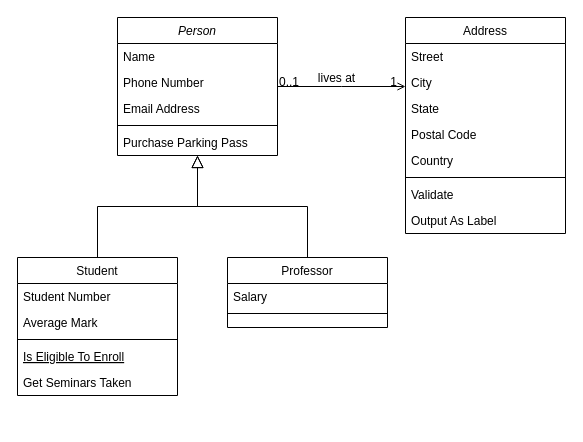
This is activitydiagram.drawio from Hearteu/Portfolio, a draw.io file, before an edit. Source tidied: cells renumbered, new cells numbered last; positions are measured from the earlier drawing's top-left corner, leaving out a move shared by most shapes. Both pictures are drawn from the tidied source at 100%, with x=0, y=0 at pixel (17, 17).
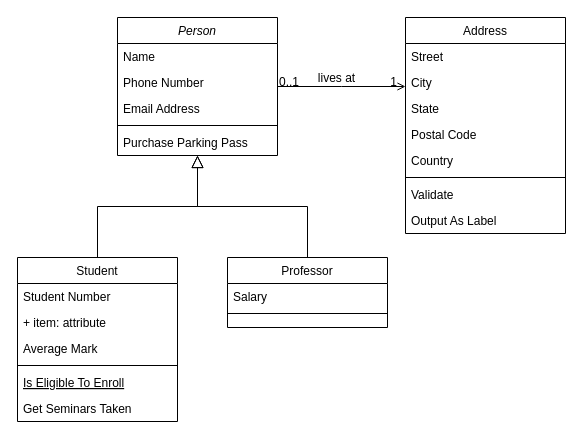
The same page after the edit.

Change to the diagram source:
```diff
@@
     <mxCell id="8" value="Student" style="swimlane;fontStyle=0;align=center;verticalAlign=top;horizontal=1;startSize=26;rounded=0;shadow=0;strokeWidth=1;" parent="1" vertex="1">
-      <mxGeometry y="240" width="160" height="138" as="geometry" />
+      <mxGeometry y="240" width="160" height="164" as="geometry" />
     </mxCell>
@@
+    <mxCell id="32" value="+ item: attribute" style="text;strokeColor=none;fillColor=none;align=left;verticalAlign=top;spacingLeft=4;spacingRight=4;overflow=hidden;" parent="8" vertex="1">
+      <mxGeometry y="52" width="160" height="26" as="geometry" />
+    </mxCell>
     <mxCell id="10" value="Average Mark" style="text;align=left;verticalAlign=top;spacingLeft=4;spacingRight=4;overflow=hidden;rounded=0;shadow=0;html=0;" parent="8" vertex="1">
-      <mxGeometry y="52" width="160" height="26" as="geometry" />
+      <mxGeometry y="78" width="160" height="26" as="geometry" />
     </mxCell>
     <mxCell id="11" style="line;html=1;strokeWidth=1;align=left;verticalAlign=middle;spacingTop=-1;spacingLeft=3;spacingRight=3;labelPosition=right;" parent="8" vertex="1">
-      <mxGeometry y="78" width="160" height="8" as="geometry" />
+      <mxGeometry y="104" width="160" height="8" as="geometry" />
     </mxCell>
     <mxCell id="12" value="Is Eligible To Enroll" style="text;align=left;verticalAlign=top;spacingLeft=4;spacingRight=4;overflow=hidden;fontStyle=4;" parent="8" vertex="1">
-      <mxGeometry y="86" width="160" height="26" as="geometry" />
+      <mxGeometry y="112" width="160" height="26" as="geometry" />
     </mxCell>
     <mxCell id="13" value="Get Seminars Taken" style="text;align=left;verticalAlign=top;spacingLeft=4;spacingRight=4;overflow=hidden;" parent="8" vertex="1">
-      <mxGeometry y="112" width="160" height="26" as="geometry" />
+      <mxGeometry y="138" width="160" height="26" as="geometry" />
     </mxCell>
```
